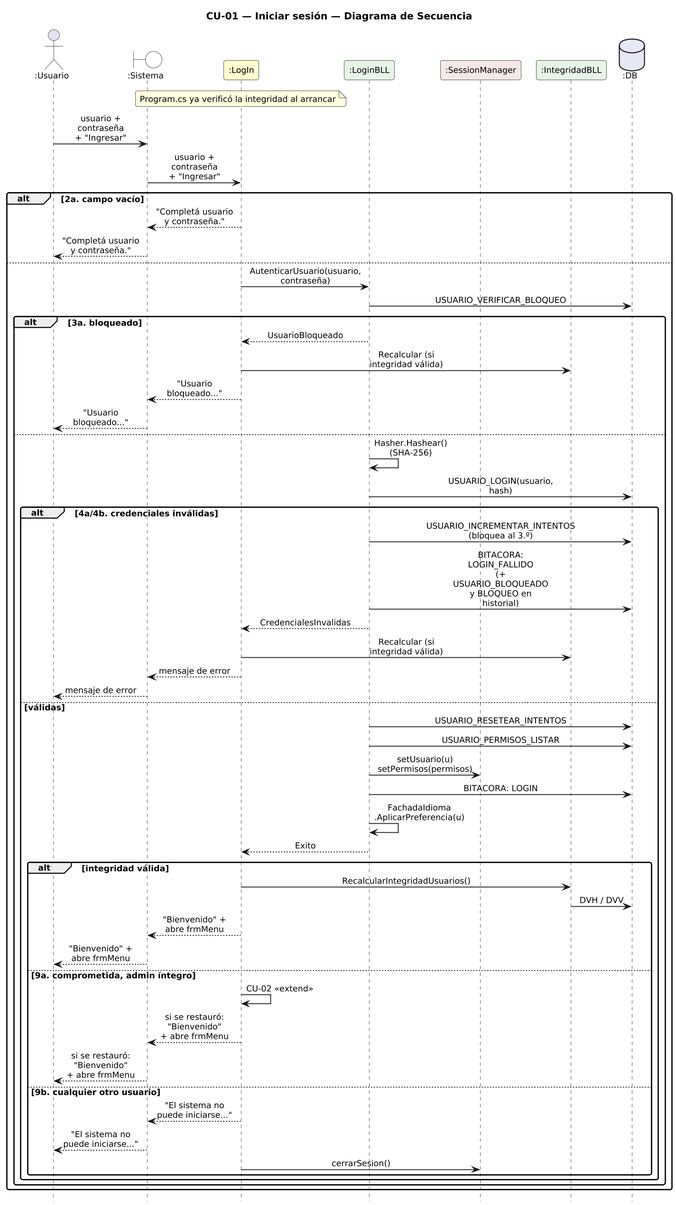
Urrels/ingenieria_software keeps this PlantUML diagram as DIAGRAMAS/DiagramaSecuencia_CU01_IniciarSesion.png. Above is the earlier version.
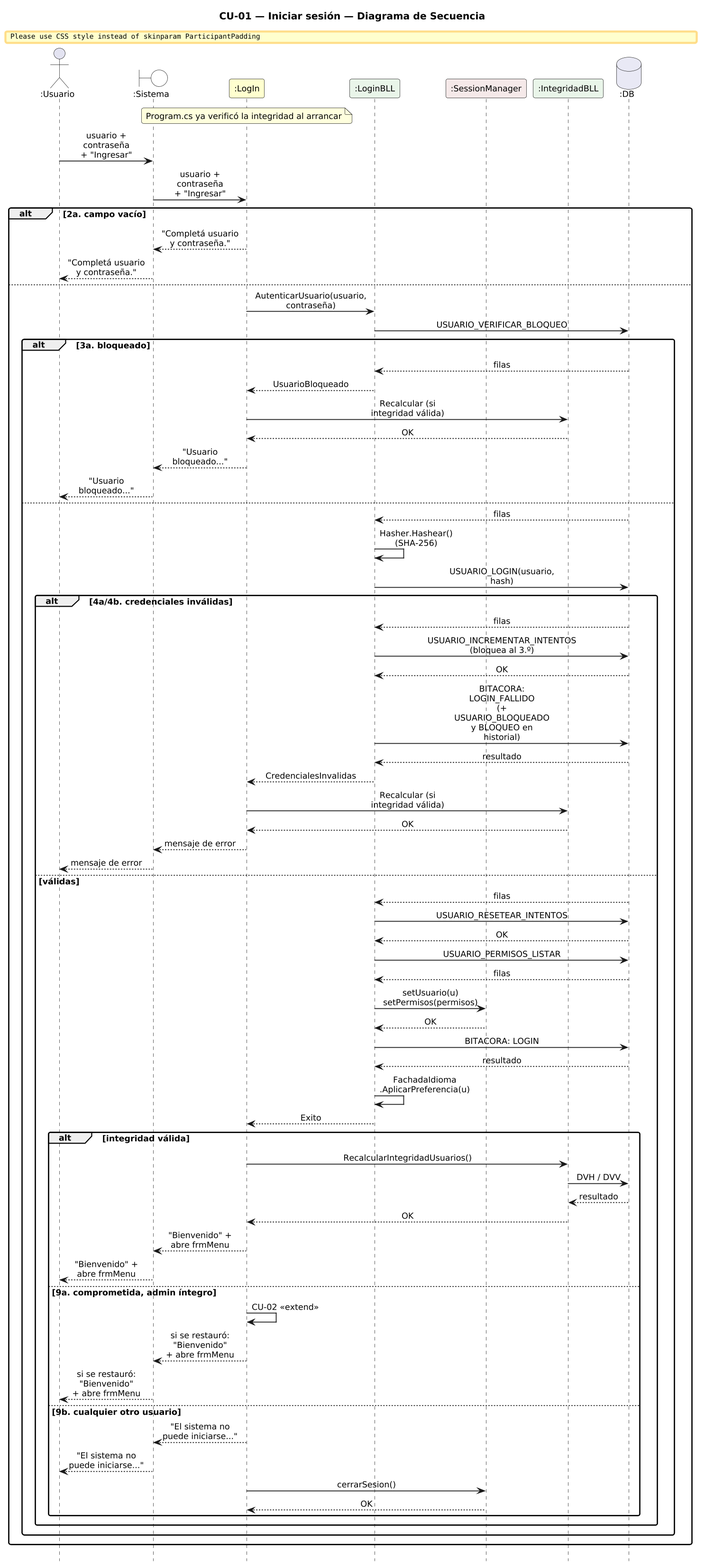
The same diagram one commit later.

Change to the diagram source:
```diff
@@ -31,30 +31,44 @@
   F -> L : AutenticarUsuario(usuario, contraseña)
   L -> DB : USUARIO_VERIFICAR_BLOQUEO
   alt 3a. bloqueado
+    DB --> L : filas
     L --> F : UsuarioBloqueado
     F -> I : Recalcular (si integridad válida)
+    I --> F : OK
     F --> SYS : "Usuario bloqueado..."
     SYS --> U : "Usuario bloqueado..."
   else
+    DB --> L : filas
     L -> L : Hasher.Hashear()\n(SHA-256)
     L -> DB : USUARIO_LOGIN(usuario, hash)
     alt 4a/4b. credenciales inválidas
+      DB --> L : filas
       L -> DB : USUARIO_INCREMENTAR_INTENTOS\n(bloquea al 3.º)
+      DB --> L : OK
       L -> DB : BITACORA: LOGIN_FALLIDO\n(+ USUARIO_BLOQUEADO\ny BLOQUEO en historial)
+      DB --> L : resultado
       L --> F : CredencialesInvalidas
       F -> I : Recalcular (si integridad válida)
+      I --> F : OK
       F --> SYS : mensaje de error
       SYS --> U : mensaje de error
     else válidas
+      DB --> L : filas
       L -> DB : USUARIO_RESETEAR_INTENTOS
+      DB --> L : OK
       L -> DB : USUARIO_PERMISOS_LISTAR
+      DB --> L : filas
       L -> S : setUsuario(u)\nsetPermisos(permisos)
+      S --> L : OK
       L -> DB : BITACORA: LOGIN
+      DB --> L : resultado
       L -> L : FachadaIdioma\n.AplicarPreferencia(u)
       L --> F : Exito
       alt integridad válida
         F -> I : RecalcularIntegridadUsuarios()
         I -> DB : DVH / DVV
+        DB --> I : resultado
+        I --> F : OK
         F --> SYS : "Bienvenido" + abre frmMenu
         SYS --> U : "Bienvenido" + abre frmMenu
       else 9a. comprometida, admin íntegro
@@ -65,6 +79,7 @@
         F --> SYS : "El sistema no puede iniciarse..."
         SYS --> U : "El sistema no puede iniciarse..."
         F -> S : cerrarSesion()
+        S --> F : OK
       end
     end
   end
```
